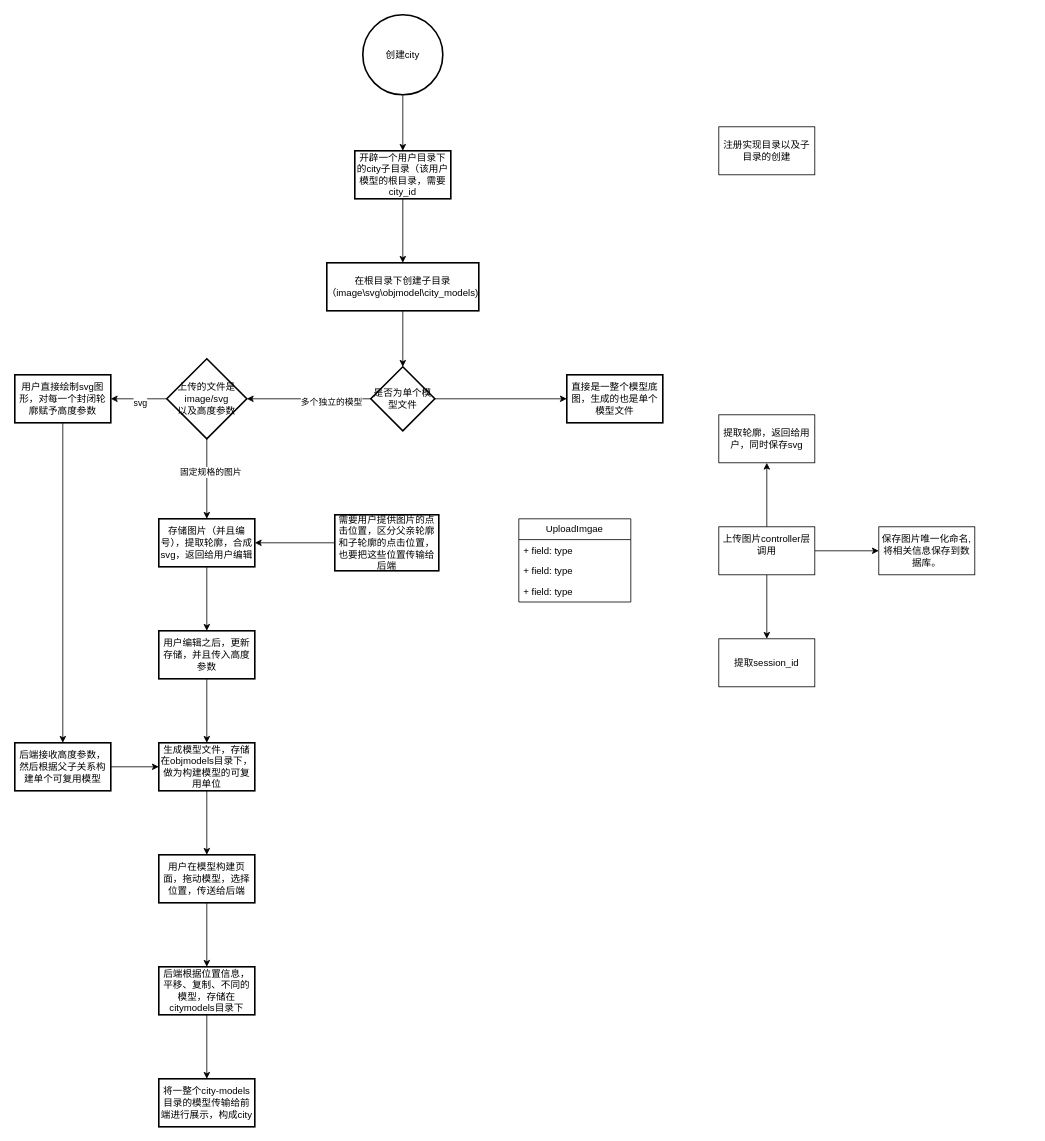
xy-Summer-Sky/2DTO3D keeps this draw.io diagram as 数据库流程图（技术）.drawio. Above is the earlier version. Source tidied: cells renumbered, new cells numbered last; positions are measured from the earlier drawing's top-left corner, leaving out a move shared by most shapes. Both pictures are drawn from the tidied source at 80%, with x=0, y=0 at pixel (14, 14).
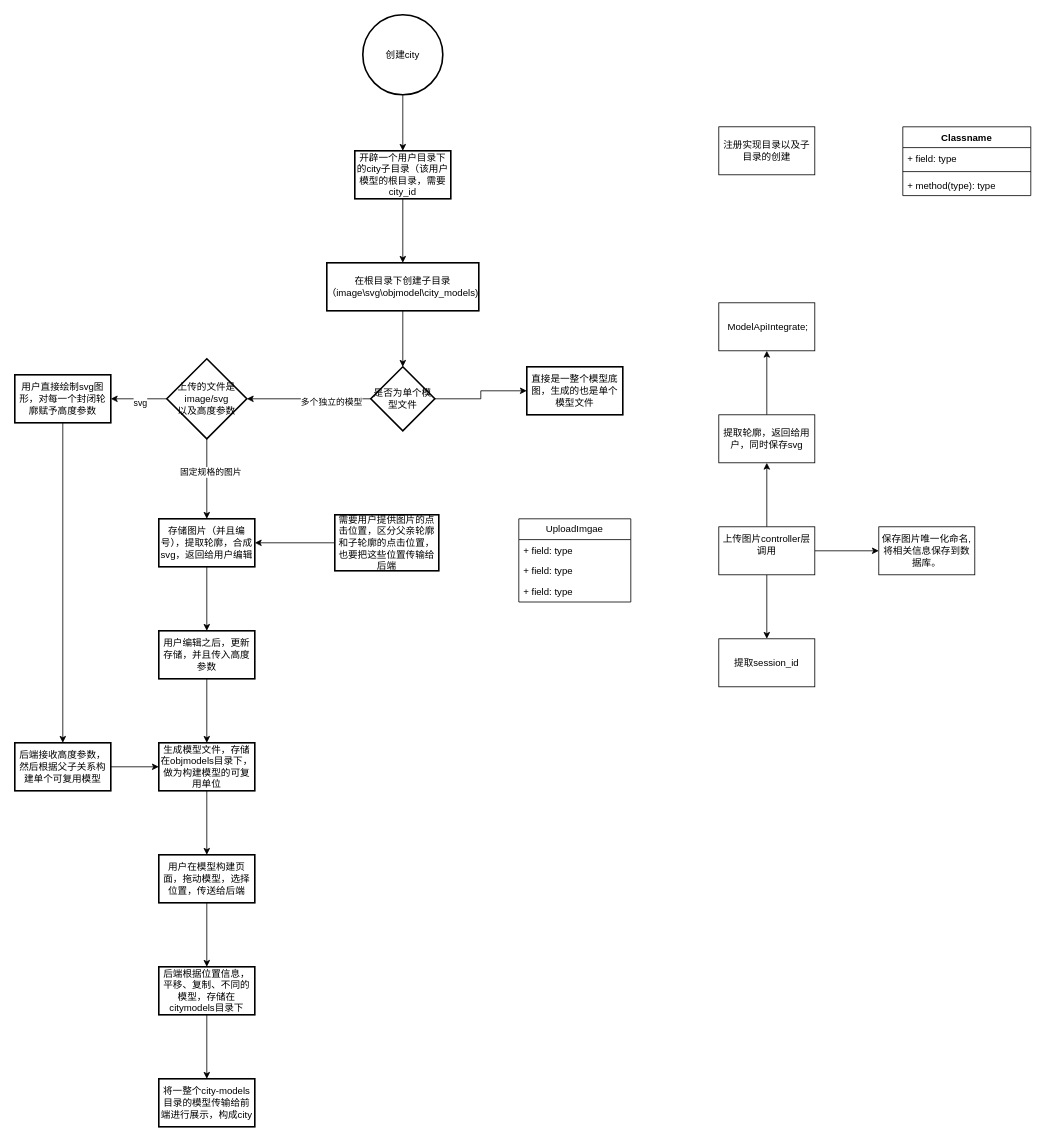
Above is the later version.

Unchanged cells that the change refers to:
```xml
<mxCell id="42" value="提取轮廓，返回给用户，同时保存svg" style="whiteSpace=wrap;html=1;" parent="1" vertex="1">
  <mxGeometry x="880" y="500" width="120" height="60" as="geometry" />
</mxCell>
```

The edit, as a diff of the source:
```diff
@@
     <mxCell id="35" value="直接是一整个模型底图，生成的也是单个模型文件" style="whiteSpace=wrap;html=1;strokeWidth=2;" parent="1" vertex="1">
-      <mxGeometry x="690" y="450" width="120" height="60" as="geometry" />
+      <mxGeometry x="640" y="440" width="120" height="60" as="geometry" />
     </mxCell>
@@
+    <mxCell id="48" style="edgeStyle=orthogonalEdgeStyle;rounded=0;jettySize=auto;html=1;" parent="1" edge="1" source="42" target="49">
+      <mxGeometry relative="1" as="geometry" />
+    </mxCell>
@@
+    <mxCell id="49" value="&lt;span style=&quot;text-align: left;&quot;&gt;&amp;nbsp;ModelApiIntegrate;&lt;/span&gt;" style="whiteSpace=wrap;html=1;" parent="1" vertex="1">
+      <mxGeometry x="880" y="360" width="120" height="60" as="geometry" />
+    </mxCell>
+    <mxCell id="50" value="Classname" style="swimlane;fontStyle=1;align=center;verticalAlign=top;horizontal=1;startSize=26;whiteSpace=wrap;html=1;" parent="1" vertex="1">
+      <mxGeometry x="1110" y="140" width="160" height="86" as="geometry" />
+    </mxCell>
+    <mxCell id="51" value="+ field: type" style="text;strokeColor=none;fillColor=none;align=left;verticalAlign=top;spacingLeft=4;spacingRight=4;overflow=hidden;whiteSpace=wrap;html=1;" parent="50" vertex="1">
+      <mxGeometry y="26" width="160" height="26" as="geometry" />
+    </mxCell>
+    <mxCell id="52" style="line;strokeWidth=1;fillColor=none;align=left;verticalAlign=middle;spacingTop=-1;spacingLeft=3;spacingRight=3;labelPosition=right;strokeColor=inherit;" parent="50" vertex="1">
+      <mxGeometry y="52" width="160" height="8" as="geometry" />
+    </mxCell>
+    <mxCell id="53" value="+ method(type): type" style="text;strokeColor=none;fillColor=none;align=left;verticalAlign=top;spacingLeft=4;spacingRight=4;overflow=hidden;whiteSpace=wrap;html=1;" parent="50" vertex="1">
+      <mxGeometry y="60" width="160" height="26" as="geometry" />
+    </mxCell>
```
